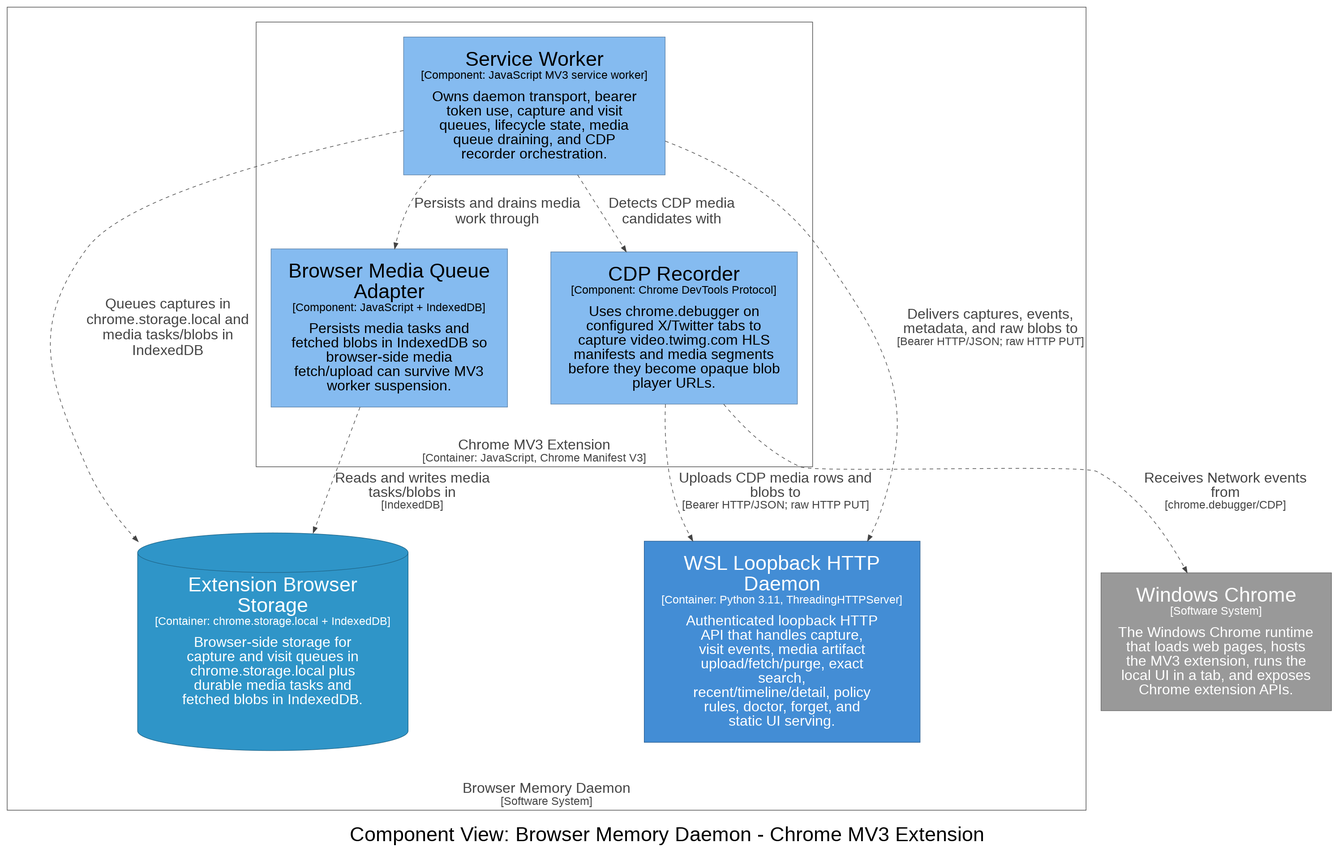
michaelnicks0/browser-memory-daemon keeps this Graphviz diagram as architecture/diagrams/dot-rendered/structurizr-ExtensionMediaComponents.png. Above is the earlier version. Its source is kept beside it as architecture/diagrams/dot/structurizr-ExtensionMediaComponents.dot.
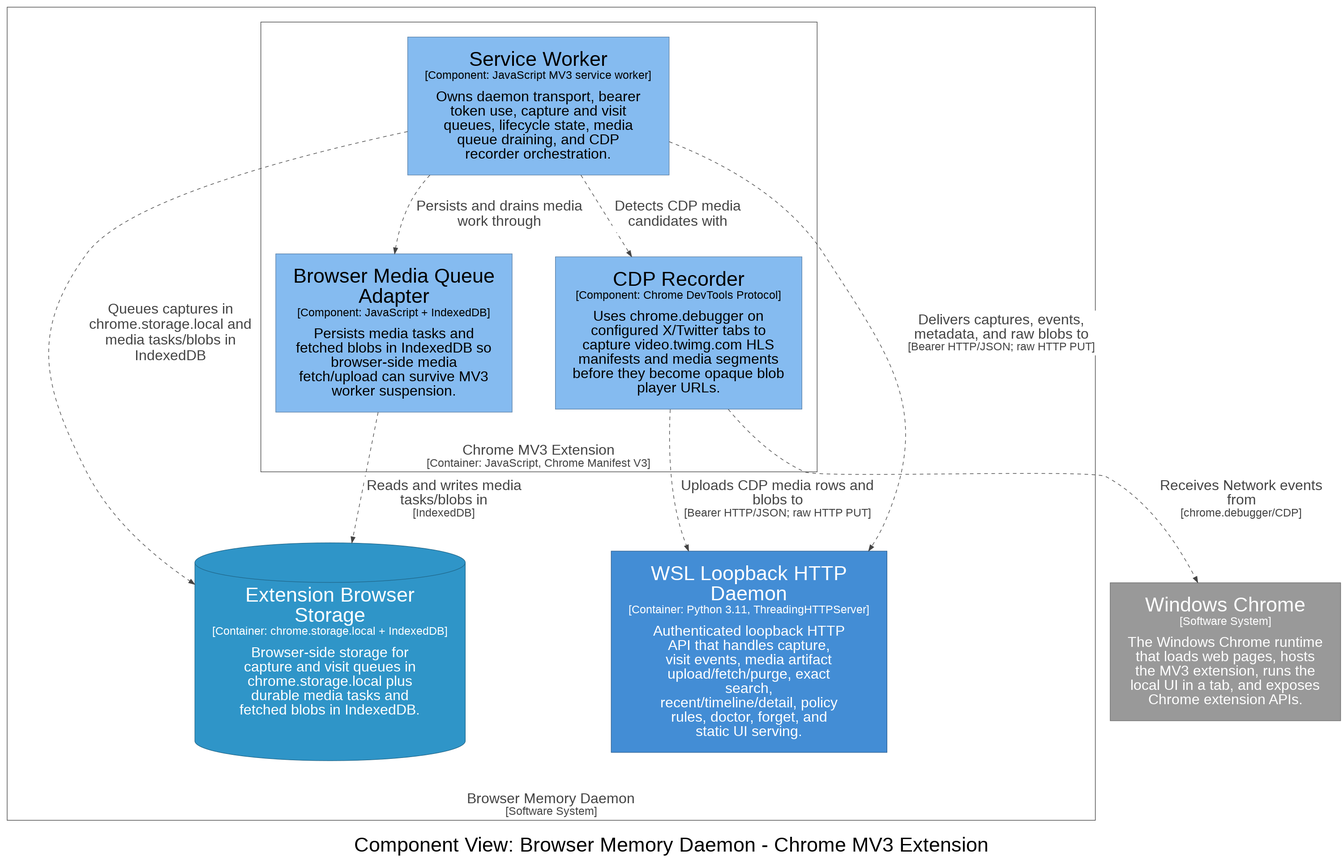
The same file after the commit.

Change to the diagram source:
```diff
@@ -32,12 +32,12 @@
     14 [id=14,shape=rect, label=<<font point-size="34">WSL Loopback HTTP<br />Daemon</font><br /><font point-size="19">[Container: Python 3.11, ThreadingHTTPServer]</font><br /><br /><font point-size="24">Authenticated loopback HTTP<br />API that handles capture,<br />visit events, media artifact<br />upload/fetch/purge, exact<br />search,<br />recent/timeline/detail, policy<br />rules, doctor, forget, and<br />static UI serving.</font>>, style=filled, color="#2e6295", fillcolor="#438dd5", fontcolor="#ffffff"]
   }
 
-  9 -> 13 [id=51, label=<<font point-size="24">Queues captures in<br />chrome.storage.local and<br />media tasks/blobs in<br />IndexedDB</font>>, style="dashed", color="#444444", fontcolor="#444444"]
-  9 -> 14 [id=52, label=<<font point-size="24">Delivers captures, events,<br />metadata, and raw blobs to</font><br /><font point-size="19">[Bearer HTTP/JSON; raw HTTP PUT]</font>>, style="dashed", color="#444444", fontcolor="#444444"]
-  9 -> 10 [id=53, label=<<font point-size="24">Persists and drains media<br />work through</font>>, style="dashed", color="#444444", fontcolor="#444444"]
-  10 -> 13 [id=54, label=<<font point-size="24">Reads and writes media<br />tasks/blobs in</font><br /><font point-size="19">[IndexedDB]</font>>, style="dashed", color="#444444", fontcolor="#444444"]
-  9 -> 11 [id=55, label=<<font point-size="24">Detects CDP media<br />candidates with</font>>, style="dashed", color="#444444", fontcolor="#444444"]
-  11 -> 2 [id=57, label=<<font point-size="24">Receives Network events<br />from</font><br /><font point-size="19">[chrome.debugger/CDP]</font>>, style="dashed", color="#444444", fontcolor="#444444"]
-  11 -> 14 [id=58, label=<<font point-size="24">Uploads CDP media rows and<br />blobs to</font><br /><font point-size="19">[Bearer HTTP/JSON; raw HTTP PUT]</font>>, style="dashed", color="#444444", fontcolor="#444444"]
+  9 -> 13 [id=51, label=<<TABLE BORDER="0" CELLBORDER="0" CELLSPACING="0" CELLPADDING="4" BGCOLOR="white"><TR><TD><font point-size="24">Queues captures in<br />chrome.storage.local and<br />media tasks/blobs in<br />IndexedDB</font></TD></TR></TABLE>>, style="dashed", color="#444444", fontcolor="#444444"]
+  9 -> 14 [id=52, label=<<TABLE BORDER="0" CELLBORDER="0" CELLSPACING="0" CELLPADDING="4" BGCOLOR="white"><TR><TD><font point-size="24">Delivers captures, events,<br />metadata, and raw blobs to</font><br /><font point-size="19">[Bearer HTTP/JSON; raw HTTP PUT]</font></TD></TR></TABLE>>, style="dashed", color="#444444", fontcolor="#444444"]
+  9 -> 10 [id=53, label=<<TABLE BORDER="0" CELLBORDER="0" CELLSPACING="0" CELLPADDING="4" BGCOLOR="white"><TR><TD><font point-size="24">Persists and drains media<br />work through</font></TD></TR></TABLE>>, style="dashed", color="#444444", fontcolor="#444444"]
+  10 -> 13 [id=54, label=<<TABLE BORDER="0" CELLBORDER="0" CELLSPACING="0" CELLPADDING="4" BGCOLOR="white"><TR><TD><font point-size="24">Reads and writes media<br />tasks/blobs in</font><br /><font point-size="19">[IndexedDB]</font></TD></TR></TABLE>>, style="dashed", color="#444444", fontcolor="#444444"]
+  9 -> 11 [id=55, label=<<TABLE BORDER="0" CELLBORDER="0" CELLSPACING="0" CELLPADDING="4" BGCOLOR="white"><TR><TD><font point-size="24">Detects CDP media<br />candidates with</font></TD></TR></TABLE>>, style="dashed", color="#444444", fontcolor="#444444"]
+  11 -> 2 [id=57, label=<<TABLE BORDER="0" CELLBORDER="0" CELLSPACING="0" CELLPADDING="4" BGCOLOR="white"><TR><TD><font point-size="24">Receives Network events<br />from</font><br /><font point-size="19">[chrome.debugger/CDP]</font></TD></TR></TABLE>>, style="dashed", color="#444444", fontcolor="#444444"]
+  11 -> 14 [id=58, label=<<TABLE BORDER="0" CELLBORDER="0" CELLSPACING="0" CELLPADDING="4" BGCOLOR="white"><TR><TD><font point-size="24">Uploads CDP media rows and<br />blobs to</font><br /><font point-size="19">[Bearer HTTP/JSON; raw HTTP PUT]</font></TD></TR></TABLE>>, style="dashed", color="#444444", fontcolor="#444444"]
 
 }
```
